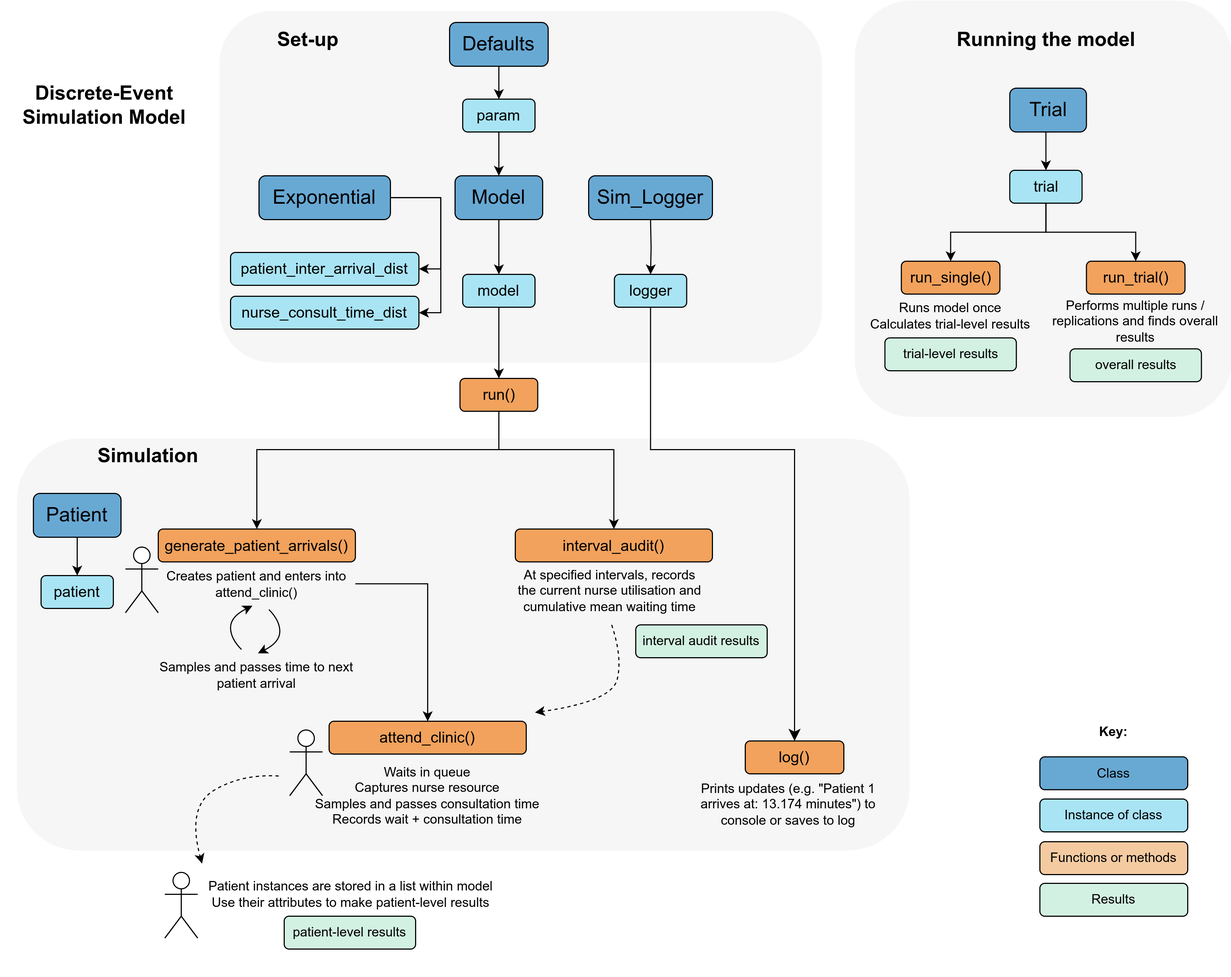
Earlier version of the draw.io export docs/assets/model_structure.png (pythonhealthdatascience/pydesrap_mms). Source tidied: cells renumbered, new cells last; positions are measured from the earlier drawing's top-left corner, leaving out a move shared by most shapes.
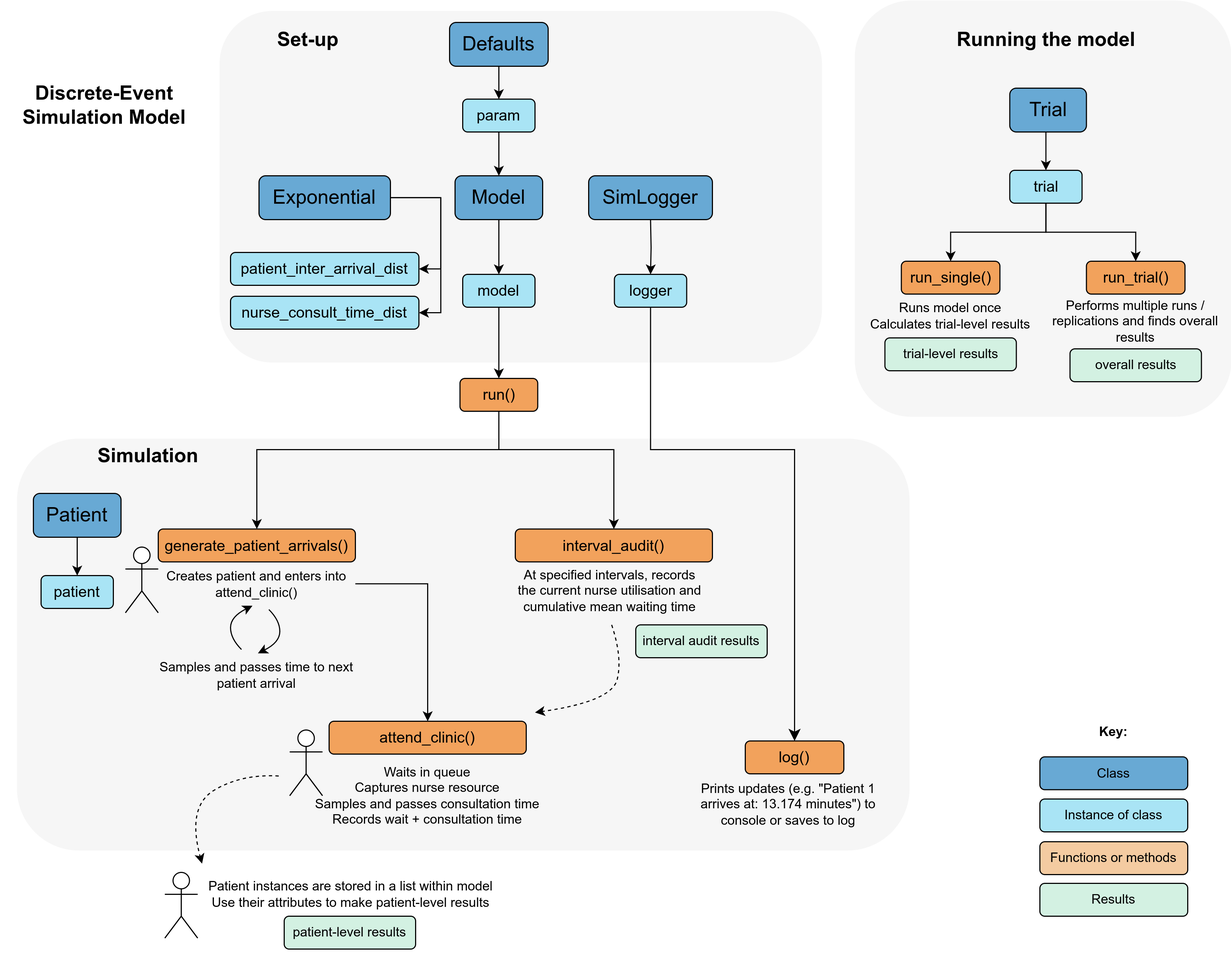
After the commit.

Commit message:
style(SimLogger): change Sim_Logger to SimLogger in all locations, else doesn't conform to PascalCase naming style

The edit, as a diff of the source:
```diff
@@ -217,7 +217,7 @@
     <mxCell id="60" value="&lt;font style=&quot;font-size: 18px;&quot;&gt;Running the model&lt;/font&gt;" style="text;html=1;align=center;verticalAlign=middle;whiteSpace=wrap;rounded=0;fontStyle=1;" parent="1" vertex="1">
       <mxGeometry x="859.5" y="20" width="190" height="31" as="geometry" />
     </mxCell>
-    <mxCell id="61" value="&lt;font style=&quot;font-size: 18px;&quot;&gt;Sim_Logger&lt;/font&gt;" style="rounded=1;whiteSpace=wrap;html=1;fillColor=#68A9D4;" parent="1" vertex="1">
+    <mxCell id="61" value="&lt;font style=&quot;font-size: 18px;&quot;&gt;SimLogger&lt;/font&gt;" style="rounded=1;whiteSpace=wrap;html=1;fillColor=#68A9D4;" parent="1" vertex="1">
       <mxGeometry x="537" y="160" width="113" height="40" as="geometry" />
     </mxCell>
     <mxCell id="62" style="edgeStyle=orthogonalEdgeStyle;rounded=0;jettySize=auto;html=1;exitX=0.5;exitY=1;exitDx=0;exitDy=0;entryX=0.5;entryY=0;entryDx=0;entryDy=0;" parent="1" edge="1" target="64">
```
